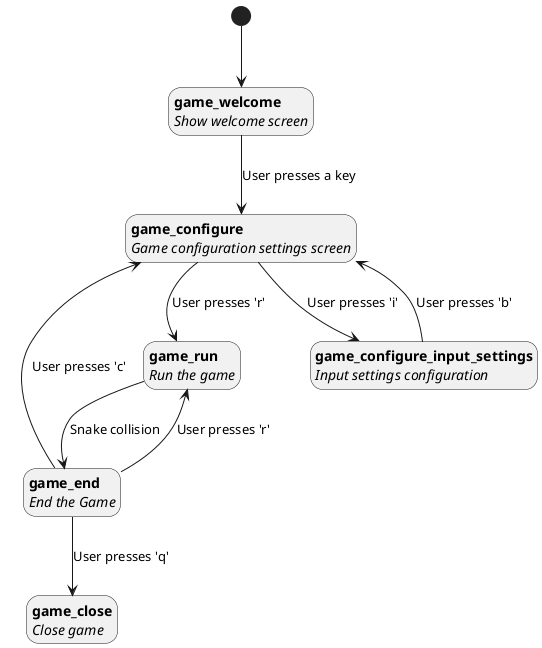
This is docs/state_machine.png from themarcman314/csnake, a PlantUML export, as it was before one commit.
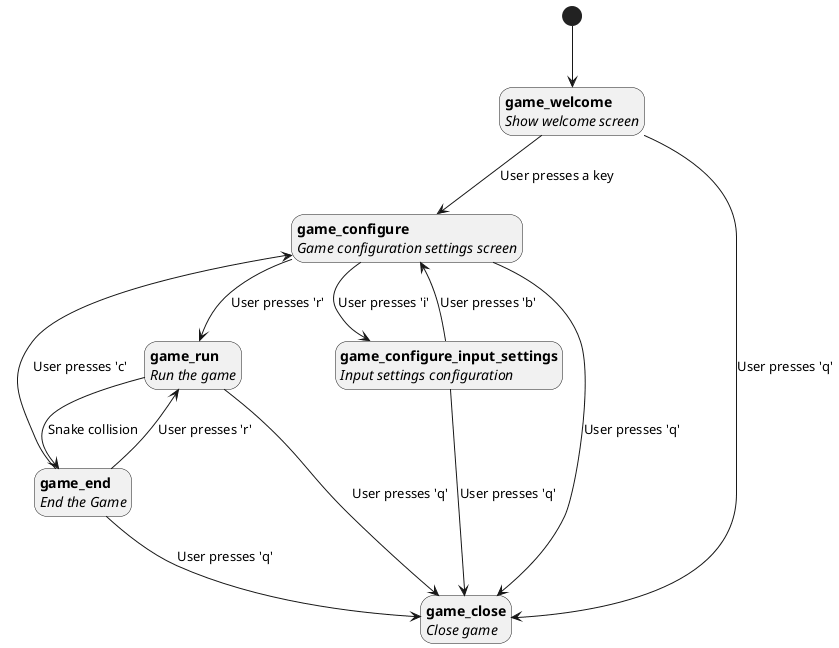
Later version of the same file.

Commit message:
docs: update game state diagram

Change to the diagram source:
```diff
@@ -15,7 +15,11 @@
 end --> run : User presses 'r'
 settings --> config : User presses 'b'
 end --> config : User presses 'c'
+welcome --> close : User presses 'q'
 end --> close : User presses 'q'
+run --> close : User presses 'q'
+config --> close : User presses 'q'
+settings --> close : User presses 'q'
 
 
 @enduml
```
